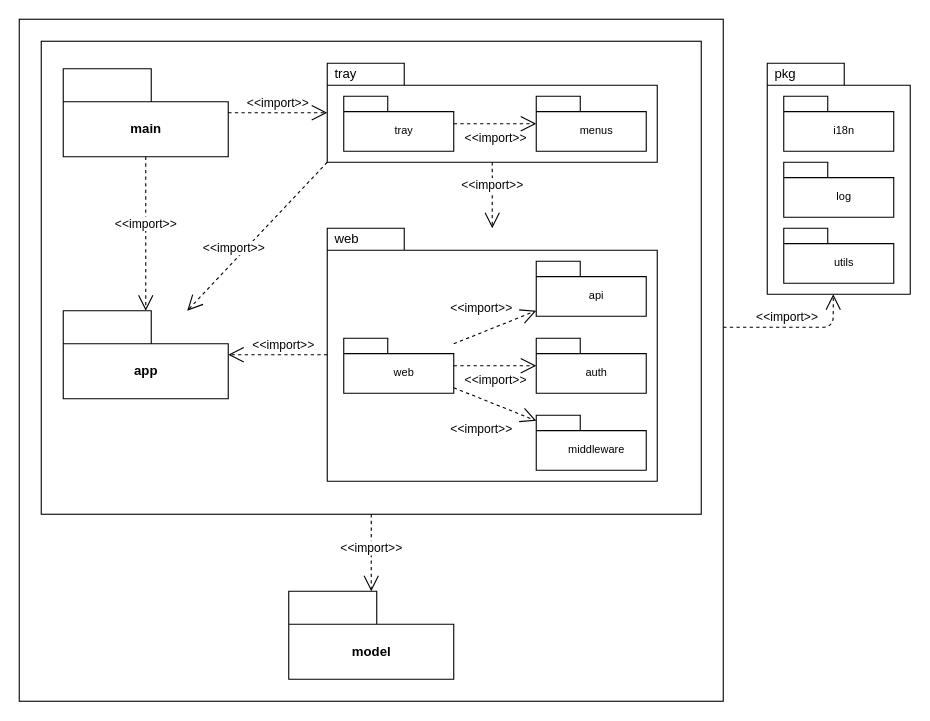
This is diagrams/package.drawio from jinyaoMa/my-app, a draw.io file, before an edit. Source tidied: cells renumbered, new cells numbered last; positions are measured from the earlier drawing's top-left corner, leaving out a move shared by most shapes. Both pictures are drawn from the tidied source at 110%, with x=0, y=0 at pixel (19, 19).
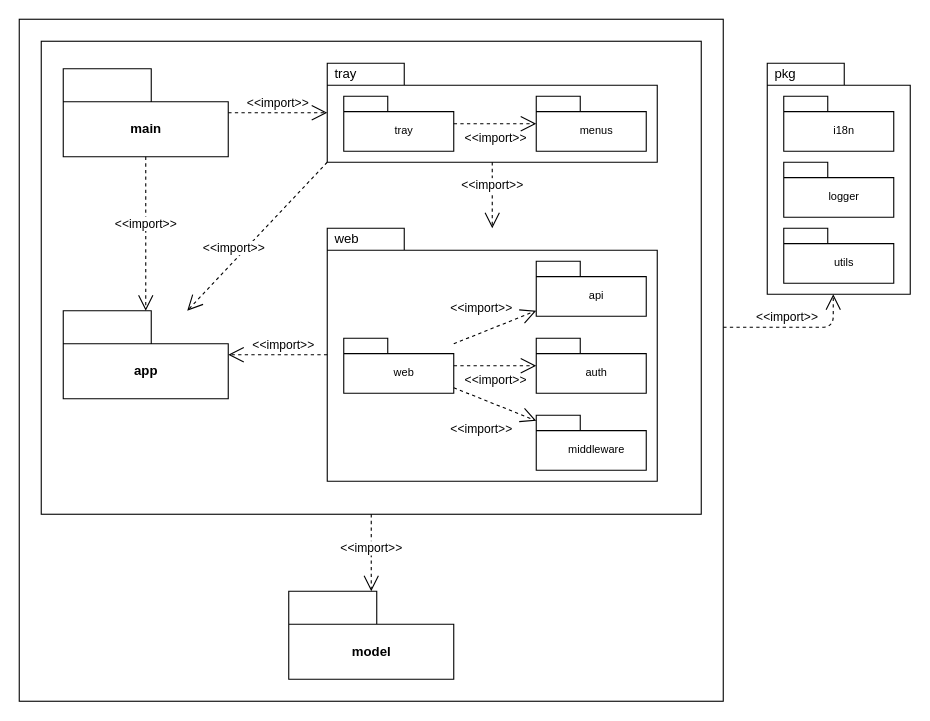
Above is the later version.

Unchanged cells that the change refers to:
```xml
<mxCell id="24" value="pkg" style="shape=folder;xSize=90;align=left;spacingLeft=10;align=left;verticalAlign=top;spacingLeft=5;spacingTop=-4;tabWidth=70;tabHeight=20;tabPosition=left;html=1;strokeWidth=1;" parent="1" vertex="1">
  <mxGeometry x="680" y="40" width="130" height="210" as="geometry" />
</mxCell>
```

Change to the diagram source:
```diff
@@
-    <mxCell id="26" value="&lt;br&gt;log" style="strokeColor=inherit;fillColor=inherit;gradientColor=inherit;shape=folder;spacingLeft=10;tabWidth=40;tabHeight=14;tabPosition=left;fontSize=10;html=1;whiteSpace=wrap;" parent="24" vertex="1">
+    <mxCell id="26" value="&lt;br&gt;logger" style="strokeColor=inherit;fillColor=inherit;gradientColor=inherit;shape=folder;spacingLeft=10;tabWidth=40;tabHeight=14;tabPosition=left;fontSize=10;html=1;whiteSpace=wrap;" parent="24" vertex="1">
       <mxGeometry x="15" y="90" width="100" height="50" as="geometry" />
     </mxCell>
```
